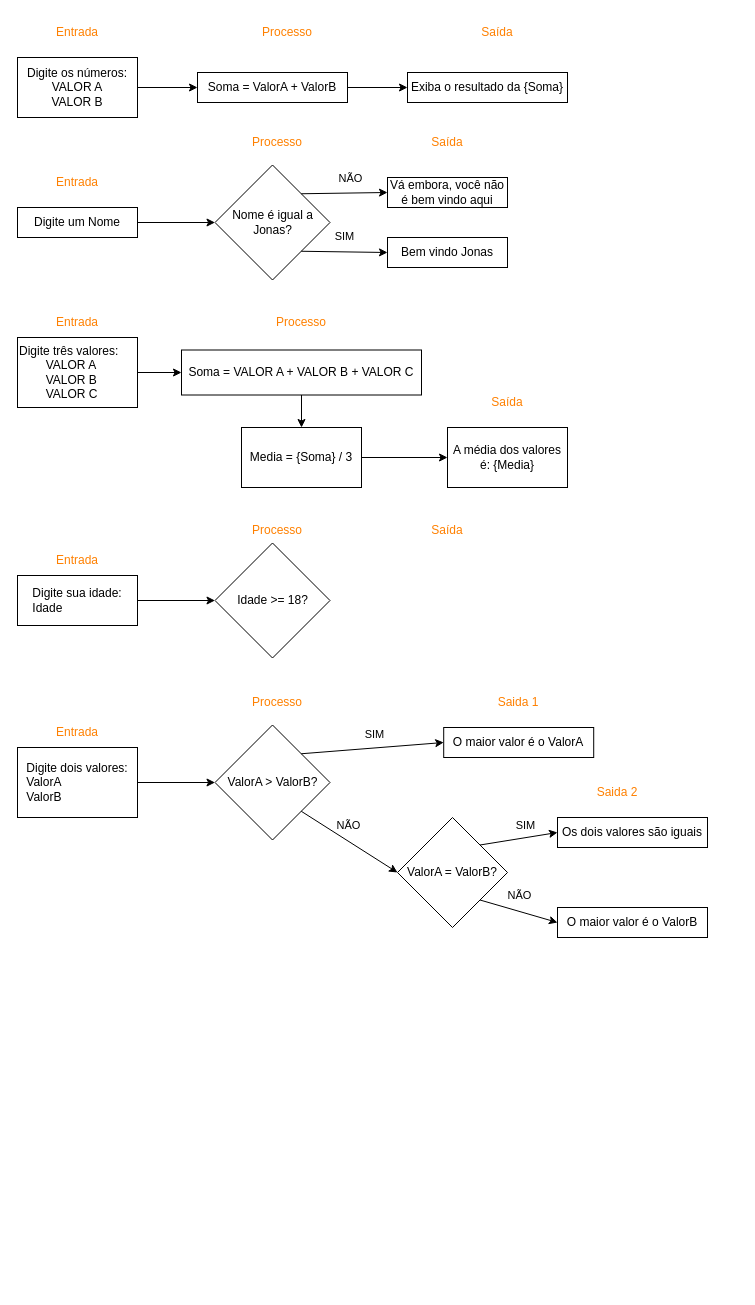
The draw.io diagram Draw_Git/exercicios-pdf1-ciclo1.drawio in Gabrielnbr/Draw, before the edit. Source tidied: cells renumbered, new cells numbered last; positions are measured from the earlier drawing's top-left corner, leaving out a move shared by most shapes. Both pictures are drawn from the tidied source at 100%, with x=0, y=0 at pixel (17, 17).
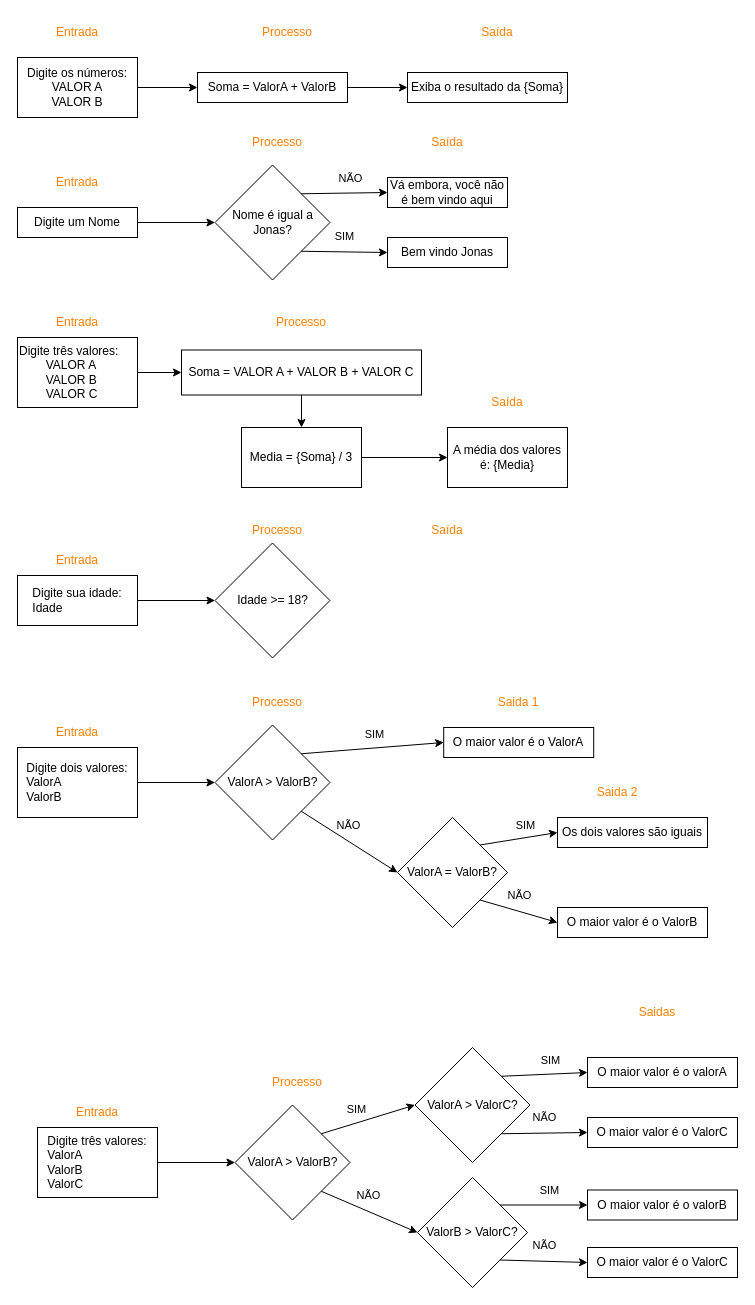
Above is the later version.

Diff of the diagram source:
```diff
@@
+    <mxCell id="57" value="O maior valor é o ValorC" style="rounded=0;whiteSpace=wrap;html=1;fillColor=none;" parent="1" vertex="1">
+      <mxGeometry x="570" y="1230" width="150" height="30" as="geometry" />
+    </mxCell>
+    <mxCell id="58" value="O maior valor é o valorB" style="rounded=0;whiteSpace=wrap;html=1;fillColor=none;" parent="1" vertex="1">
+      <mxGeometry x="570" y="1172.5" width="150" height="30" as="geometry" />
+    </mxCell>
+    <mxCell id="59" style="endArrow=classic;html=1;rounded=0;entryX=0;entryY=0.5;entryDx=0;entryDy=0;exitX=1;exitY=1;exitDx=0;exitDy=0;" parent="1" edge="1" source="71" target="57">
+      <mxGeometry relative="1" as="geometry" />
+    </mxCell>
+    <mxCell id="60" value="NÃO" style="edgeLabel;html=1;align=center;verticalAlign=middle;labelBackgroundColor=none;" parent="59" vertex="1">
+      <mxGeometry x="-0.02" y="-3" relative="1" as="geometry">
+        <mxPoint x="1" y="-19" as="offset" />
+      </mxGeometry>
+    </mxCell>
+    <mxCell id="61" style="endArrow=classic;html=1;rounded=0;entryX=0;entryY=0.5;entryDx=0;entryDy=0;exitX=1;exitY=0;exitDx=0;exitDy=0;" parent="1" edge="1" source="71" target="58">
+      <mxGeometry relative="1" as="geometry" />
+    </mxCell>
+    <mxCell id="62" value="SIM" style="edgeLabel;html=1;align=center;verticalAlign=middle;labelBackgroundColor=none;" parent="61" vertex="1">
+      <mxGeometry x="-0.15" y="-2" relative="1" as="geometry">
+        <mxPoint x="12" y="-17" as="offset" />
+      </mxGeometry>
+    </mxCell>
+    <mxCell id="63" value="&lt;font style=&quot;color: rgb(255, 128, 0);&quot;&gt;Entrada&lt;/font&gt;" style="text;html=1;align=center;verticalAlign=middle;whiteSpace=wrap;rounded=0;" parent="1" vertex="1">
+      <mxGeometry x="50" y="1080" width="60" height="30" as="geometry" />
+    </mxCell>
+    <mxCell id="64" style="edgeStyle=orthogonalEdgeStyle;rounded=0;jettySize=auto;html=1;" parent="1" edge="1" source="65" target="66">
+      <mxGeometry relative="1" as="geometry" />
+    </mxCell>
+    <mxCell id="65" value="&lt;span style=&quot;text-align: left;&quot;&gt;Digite três valores:&lt;/span&gt;&lt;div style=&quot;text-align: left;&quot;&gt;ValorA&lt;/div&gt;&lt;div style=&quot;text-align: left;&quot;&gt;ValorB&lt;/div&gt;&lt;div style=&quot;text-align: left;&quot;&gt;ValorC&lt;/div&gt;" style="rounded=0;whiteSpace=wrap;html=1;fillColor=none;" parent="1" vertex="1">
+      <mxGeometry x="20" y="1110" width="120" height="70" as="geometry" />
+    </mxCell>
+    <mxCell id="66" value="ValorA &amp;gt; ValorB?" style="rhombus;whiteSpace=wrap;html=1;fillColor=none;rounded=0;" parent="1" vertex="1">
+      <mxGeometry x="217.5" y="1087.5" width="115" height="115" as="geometry" />
+    </mxCell>
+    <mxCell id="67" style="endArrow=classic;html=1;rounded=0;exitX=1;exitY=1;exitDx=0;exitDy=0;entryX=0;entryY=0.5;entryDx=0;entryDy=0;" parent="1" edge="1" source="66" target="71">
+      <mxGeometry relative="1" as="geometry" />
+    </mxCell>
+    <mxCell id="68" value="NÃO" style="edgeLabel;html=1;align=center;verticalAlign=middle;labelBackgroundColor=none;" parent="67" vertex="1">
+      <mxGeometry x="-0.02" y="-3" relative="1" as="geometry">
+        <mxPoint x="1" y="-19" as="offset" />
+      </mxGeometry>
+    </mxCell>
+    <mxCell id="69" value="&lt;font style=&quot;color: rgb(255, 128, 0);&quot;&gt;Processo&lt;/font&gt;" style="text;html=1;align=center;verticalAlign=middle;whiteSpace=wrap;rounded=0;" parent="1" vertex="1">
+      <mxGeometry x="250" y="1050" width="60" height="30" as="geometry" />
+    </mxCell>
+    <mxCell id="70" value="&lt;font style=&quot;color: rgb(255, 128, 0);&quot;&gt;Saidas&lt;/font&gt;" style="text;html=1;align=center;verticalAlign=middle;whiteSpace=wrap;rounded=0;" parent="1" vertex="1">
+      <mxGeometry x="610" y="980" width="60" height="30" as="geometry" />
+    </mxCell>
+    <mxCell id="71" value="ValorB &amp;gt; ValorC?" style="rhombus;whiteSpace=wrap;html=1;fillColor=none;" parent="1" vertex="1">
+      <mxGeometry x="400" y="1160" width="110" height="110" as="geometry" />
+    </mxCell>
+    <mxCell id="72" style="endArrow=classic;html=1;rounded=0;exitX=1;exitY=0;exitDx=0;exitDy=0;entryX=0;entryY=0.5;entryDx=0;entryDy=0;" parent="1" edge="1" source="66" target="74">
+      <mxGeometry relative="1" as="geometry" />
+    </mxCell>
+    <mxCell id="73" value="SIM" style="edgeLabel;html=1;align=center;verticalAlign=middle;" parent="72" vertex="1">
+      <mxGeometry x="-0.27" y="1" relative="1" as="geometry">
+        <mxPoint x="1" y="-13" as="offset" />
+      </mxGeometry>
+    </mxCell>
+    <mxCell id="74" value="ValorA &amp;gt; ValorC?" style="rhombus;whiteSpace=wrap;html=1;fillColor=none;rounded=0;" parent="1" vertex="1">
+      <mxGeometry x="397.5" y="1030" width="115" height="115" as="geometry" />
+    </mxCell>
+    <mxCell id="75" value="O maior valor é o ValorC" style="rounded=0;whiteSpace=wrap;html=1;fillColor=none;" parent="1" vertex="1">
+      <mxGeometry x="570" y="1100" width="150" height="30" as="geometry" />
+    </mxCell>
+    <mxCell id="76" value="O maior valor é o valorA" style="rounded=0;whiteSpace=wrap;html=1;fillColor=none;" parent="1" vertex="1">
+      <mxGeometry x="570" y="1040" width="150" height="30" as="geometry" />
+    </mxCell>
+    <mxCell id="77" style="endArrow=classic;html=1;rounded=0;entryX=0;entryY=0.5;entryDx=0;entryDy=0;exitX=1;exitY=1;exitDx=0;exitDy=0;" parent="1" edge="1" source="74" target="75">
+      <mxGeometry relative="1" as="geometry" />
+    </mxCell>
+    <mxCell id="78" value="NÃO" style="edgeLabel;html=1;align=center;verticalAlign=middle;labelBackgroundColor=none;" parent="77" vertex="1">
+      <mxGeometry x="-0.02" y="-3" relative="1" as="geometry">
+        <mxPoint x="1" y="-19" as="offset" />
+      </mxGeometry>
+    </mxCell>
+    <mxCell id="79" style="endArrow=classic;html=1;rounded=0;entryX=0;entryY=0.5;entryDx=0;entryDy=0;exitX=1;exitY=0;exitDx=0;exitDy=0;" parent="1" edge="1" source="74" target="76">
+      <mxGeometry relative="1" as="geometry" />
+    </mxCell>
+    <mxCell id="80" value="SIM" style="edgeLabel;html=1;align=center;verticalAlign=middle;labelBackgroundColor=none;" parent="79" vertex="1">
+      <mxGeometry x="-0.15" y="-2" relative="1" as="geometry">
+        <mxPoint x="12" y="-17" as="offset" />
+      </mxGeometry>
+    </mxCell>
```
